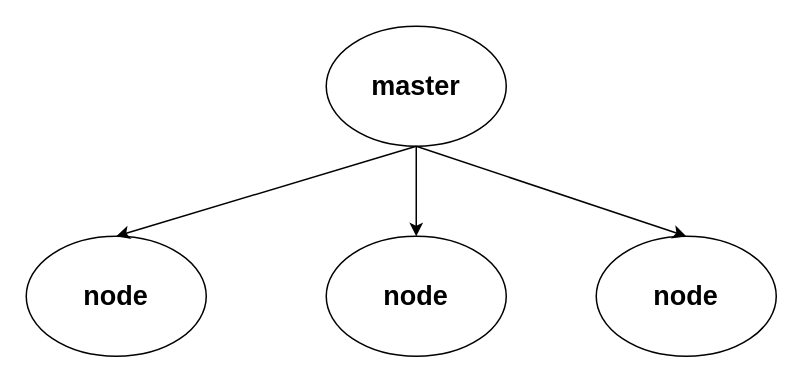
Above: 随笔.drawio in father-liang/draw.io (draw.io), before the change. Source tidied: cells renumbered, new cells numbered last; positions are measured from the earlier drawing's top-left corner, leaving out a move shared by most shapes. Both pictures are drawn from the tidied source at 150%, with x=0, y=0 at pixel (26, 26).
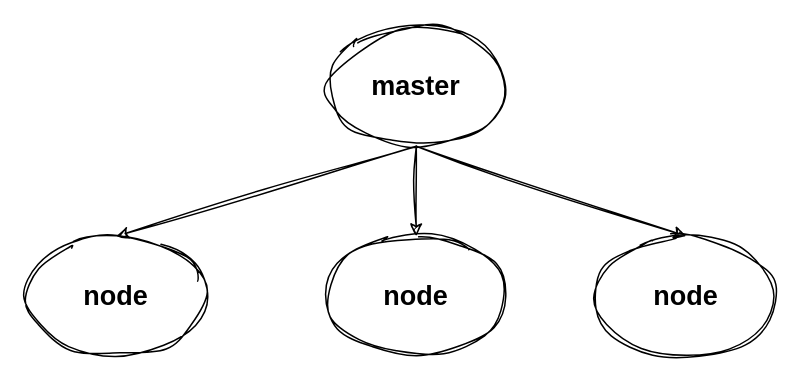
The same diagram, later.

What changed in the source:
```diff
@@
 <mxGraphModel>
   <root>
     <mxCell id="0" />
     <mxCell id="1" parent="0" />
-    <mxCell id="2" value="&lt;b&gt;&lt;font style=&quot;font-size: 18px;&quot;&gt;master&lt;/font&gt;&lt;/b&gt;" style="ellipse;whiteSpace=wrap;html=1;" parent="1" vertex="1">
+    <mxCell id="2" value="&lt;b&gt;&lt;font style=&quot;font-size: 18px;&quot;&gt;master&lt;/font&gt;&lt;/b&gt;" style="ellipse;whiteSpace=wrap;html=1;rounded=0;sketch=1;curveFitting=1;jiggle=2;labelBackgroundColor=none;" parent="1" vertex="1">
       <mxGeometry x="200" width="120" height="80" as="geometry" />
     </mxCell>
-    <mxCell id="3" value="&lt;b&gt;&lt;font style=&quot;font-size: 18px;&quot;&gt;node&lt;/font&gt;&lt;/b&gt;" style="ellipse;whiteSpace=wrap;html=1;" parent="1" vertex="1">
+    <mxCell id="3" value="&lt;b&gt;&lt;font style=&quot;font-size: 18px;&quot;&gt;node&lt;/font&gt;&lt;/b&gt;" style="ellipse;whiteSpace=wrap;html=1;rounded=0;sketch=1;curveFitting=1;jiggle=2;labelBackgroundColor=none;" parent="1" vertex="1">
       <mxGeometry y="140" width="120" height="80" as="geometry" />
     </mxCell>
-    <mxCell id="4" value="&lt;b&gt;&lt;font style=&quot;font-size: 18px;&quot;&gt;node&lt;/font&gt;&lt;/b&gt;" style="ellipse;whiteSpace=wrap;html=1;" parent="1" vertex="1">
+    <mxCell id="4" value="&lt;b&gt;&lt;font style=&quot;font-size: 18px;&quot;&gt;node&lt;/font&gt;&lt;/b&gt;" style="ellipse;whiteSpace=wrap;html=1;rounded=0;sketch=1;curveFitting=1;jiggle=2;labelBackgroundColor=none;" parent="1" vertex="1">
       <mxGeometry x="200" y="140" width="120" height="80" as="geometry" />
     </mxCell>
-    <mxCell id="5" value="&lt;b&gt;&lt;font style=&quot;font-size: 18px;&quot;&gt;node&lt;/font&gt;&lt;/b&gt;" style="ellipse;whiteSpace=wrap;html=1;" parent="1" vertex="1">
+    <mxCell id="5" value="&lt;b&gt;&lt;font style=&quot;font-size: 18px;&quot;&gt;node&lt;/font&gt;&lt;/b&gt;" style="ellipse;whiteSpace=wrap;html=1;rounded=0;sketch=1;curveFitting=1;jiggle=2;labelBackgroundColor=none;" parent="1" vertex="1">
       <mxGeometry x="380" y="140" width="120" height="80" as="geometry" />
     </mxCell>
-    <mxCell id="6" style="endArrow=classic;html=1;rounded=0;exitX=0.5;exitY=1;exitDx=0;exitDy=0;entryX=0.5;entryY=0;entryDx=0;entryDy=0;" parent="1" edge="1" source="2" target="3">
+    <mxCell id="6" style="endArrow=classic;html=1;rounded=0;exitX=0.5;exitY=1;exitDx=0;exitDy=0;entryX=0.5;entryY=0;entryDx=0;entryDy=0;sketch=1;curveFitting=1;jiggle=2;labelBackgroundColor=none;fontColor=default;" parent="1" edge="1" source="2" target="3">
       <mxGeometry relative="1" as="geometry" />
     </mxCell>
-    <mxCell id="7" style="endArrow=classic;html=1;rounded=0;exitX=0.5;exitY=1;exitDx=0;exitDy=0;entryX=0.5;entryY=0;entryDx=0;entryDy=0;" parent="1" edge="1" source="2" target="4">
+    <mxCell id="7" style="endArrow=classic;html=1;rounded=0;exitX=0.5;exitY=1;exitDx=0;exitDy=0;entryX=0.5;entryY=0;entryDx=0;entryDy=0;sketch=1;curveFitting=1;jiggle=2;labelBackgroundColor=none;fontColor=default;" parent="1" edge="1" source="2" target="4">
       <mxGeometry relative="1" as="geometry" />
     </mxCell>
-    <mxCell id="8" style="endArrow=classic;html=1;rounded=0;exitX=0.5;exitY=1;exitDx=0;exitDy=0;entryX=0.5;entryY=0;entryDx=0;entryDy=0;" parent="1" edge="1" source="2" target="5">
+    <mxCell id="8" style="endArrow=classic;html=1;rounded=0;exitX=0.5;exitY=1;exitDx=0;exitDy=0;entryX=0.5;entryY=0;entryDx=0;entryDy=0;sketch=1;curveFitting=1;jiggle=2;labelBackgroundColor=none;fontColor=default;" parent="1" edge="1" source="2" target="5">
       <mxGeometry relative="1" as="geometry" />
     </mxCell>
   </root>
 </mxGraphModel>
```
